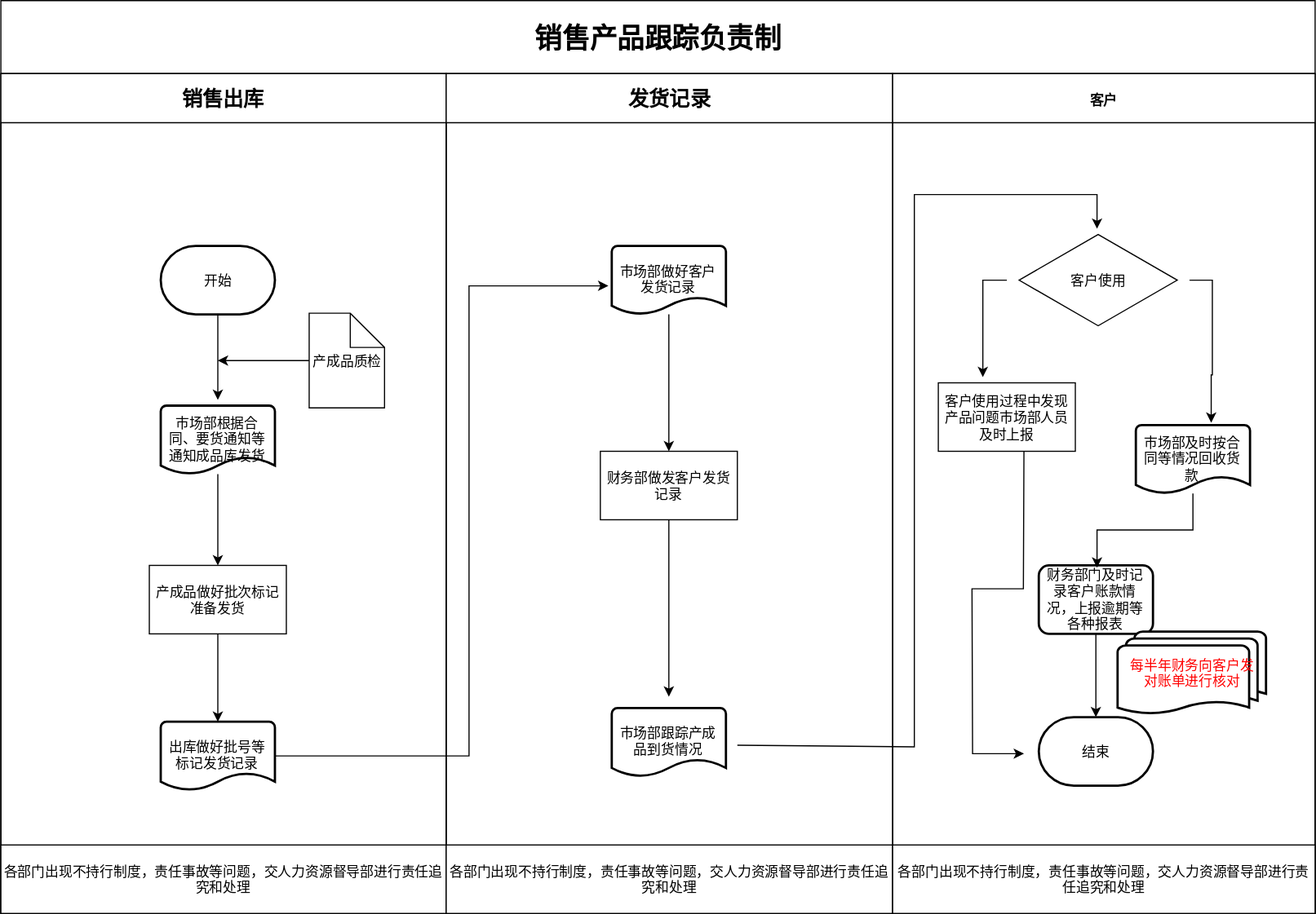
Earlier version of the draw.io export 销售产品跟踪负责制(通用).svg (cnkanglong/OnelineOffice). Source tidied: cells renumbered, new cells last; positions are measured from the earlier drawing's top-left corner, leaving out a move shared by most shapes.
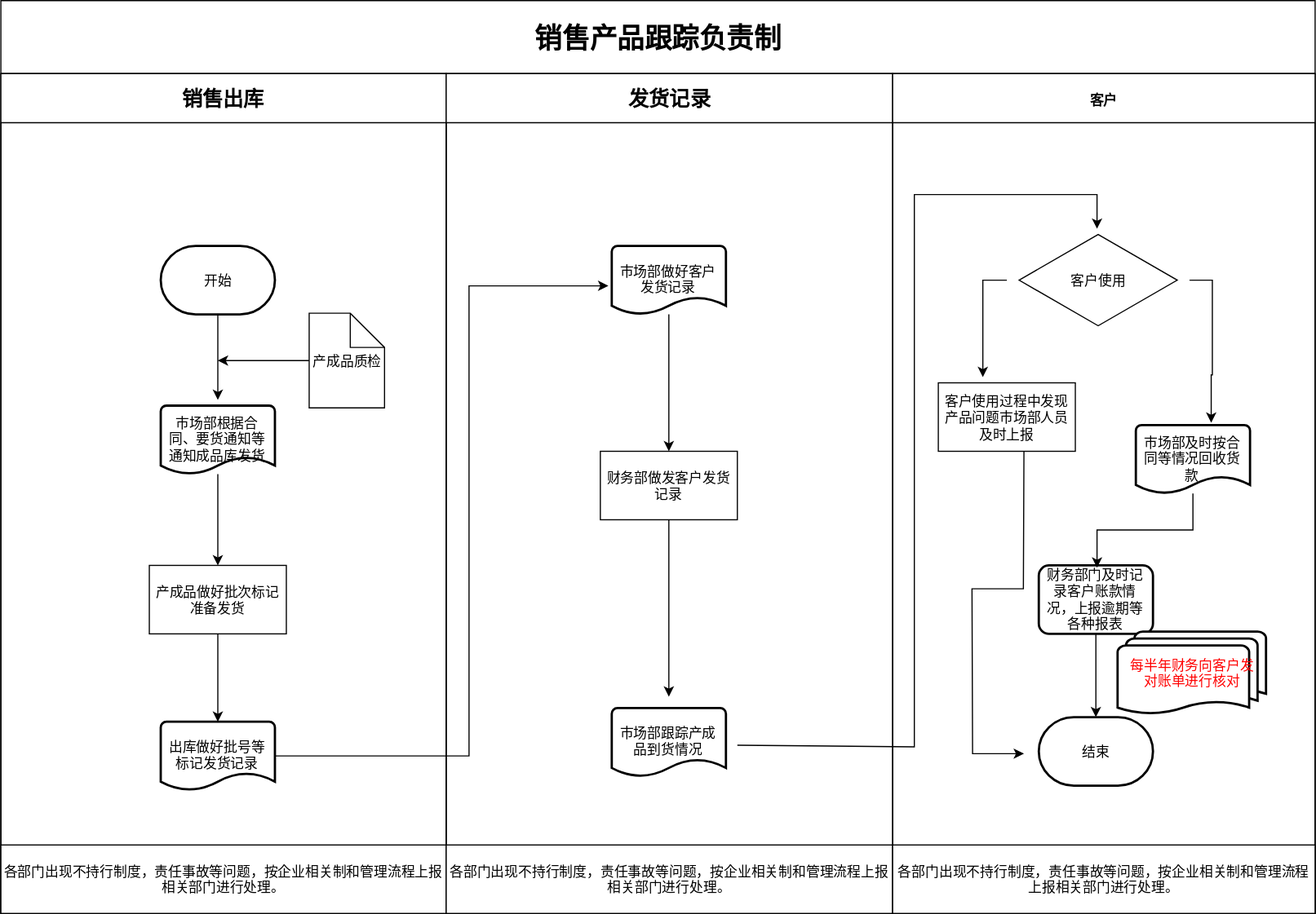
After the change.

Commit message:
Update 销售产品跟踪负责制(通用).svg

Diff of the diagram source:
```diff
@@ -65,7 +65,7 @@
     <mxCell id="16" value="产成品质检" style="shape=note;whiteSpace=wrap;html=1;backgroundOutline=1;" parent="9" vertex="1">
       <mxGeometry x="270" y="210" width="66" height="83" as="geometry" />
     </mxCell>
-    <mxCell id="17" value="各部门出现不持行制度，责任事故等问题，交人力资源督导部进行责任追究和处理" style="rounded=0;whiteSpace=wrap;html=1;" parent="9" vertex="1">
+    <mxCell id="17" value="各部门出现不持行制度，责任事故等问题，&lt;span&gt;按企业相关制和管理流程上报相关部门进行处理。&lt;/span&gt;" style="rounded=0;whiteSpace=wrap;html=1;" parent="9" vertex="1">
       <mxGeometry y="676" width="390" height="60" as="geometry" />
     </mxCell>
     <mxCell id="18" value="&lt;font style=&quot;font-size: 18px&quot;&gt;发货记录&lt;br&gt;&lt;/font&gt;" style="swimlane;html=1;startSize=43;" parent="8" vertex="1">
@@ -83,7 +83,7 @@
     <mxCell id="22" style="edgeStyle=none;rounded=0;html=1;jettySize=auto;entryX=0.5;entryY=0;" parent="18" edge="1" source="20" target="19">
       <mxGeometry relative="1" as="geometry" />
     </mxCell>
-    <mxCell id="23" value="各部门出现不持行制度，责任事故等问题，交人力资源督导部进行责任追究和处理" style="rounded=0;whiteSpace=wrap;html=1;" parent="18" vertex="1">
+    <mxCell id="23" value="各部门出现不持行制度，责任事故等问题，&lt;span&gt;按企业相关制和管理流程上报相关部门进行处理。&lt;/span&gt;" style="rounded=0;whiteSpace=wrap;html=1;" parent="18" vertex="1">
       <mxGeometry y="676" width="391" height="60" as="geometry" />
     </mxCell>
     <mxCell id="24" value="客户" style="swimlane;html=1;startSize=43;" parent="8" vertex="1">
@@ -113,7 +113,7 @@
     <mxCell id="32" value="&lt;div&gt;&lt;font color=&quot;#FF0000&quot;&gt;每半年财务向客户发&lt;/font&gt;&lt;/div&gt;&lt;div&gt;&lt;font color=&quot;#FF0000&quot;&gt;对账单进行核对&lt;/font&gt;&lt;/div&gt;" style="strokeWidth=2;html=1;shape=mxgraph.flowchart.multi-document;whiteSpace=wrap;" parent="24" vertex="1">
       <mxGeometry x="197" y="489" width="130" height="73" as="geometry" />
     </mxCell>
-    <mxCell id="33" value="各部门出现不持行制度，责任事故等问题，交人力资源督导部进行责任追究和处理" style="rounded=0;whiteSpace=wrap;html=1;" parent="24" vertex="1">
+    <mxCell id="33" value="各部门出现不持行制度，责任事故等问题，&lt;span&gt;按企业相关制和管理流程上报相关部门进行处理。&lt;/span&gt;" style="rounded=0;whiteSpace=wrap;html=1;" parent="24" vertex="1">
       <mxGeometry y="676" width="370" height="60" as="geometry" />
     </mxCell>
     <mxCell id="34" style="edgeStyle=none;rounded=0;html=1;entryX=-0.03;entryY=0.578;entryPerimeter=0;jettySize=auto;" parent="8" edge="1" source="14" target="20">
```
